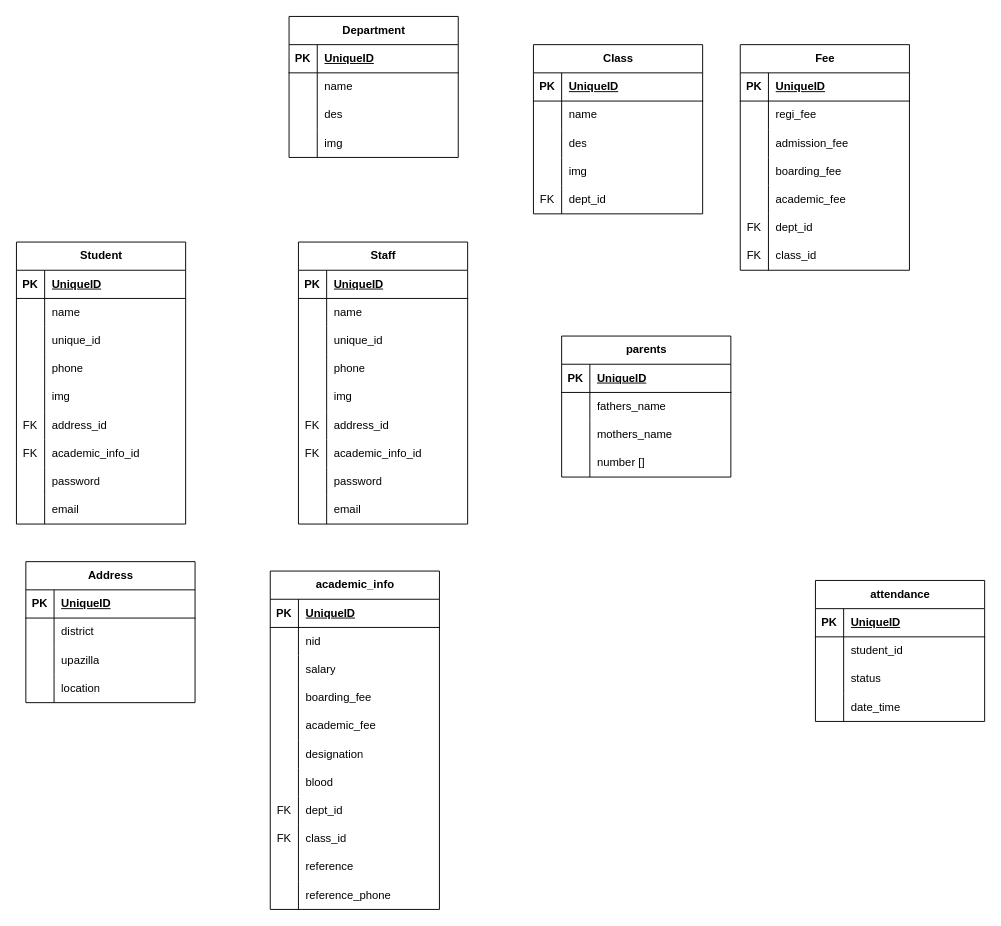
Earlier version of the draw.io diagram Untitled Diagram.drawio (MehediHasanMridha/madrasha_management). Source tidied: cells renumbered, new cells numbered last; positions are measured from the earlier drawing's top-left corner, leaving out a move shared by most shapes. Both pictures are drawn from the tidied source at 94%, with x=0, y=0 at pixel (16, 16).
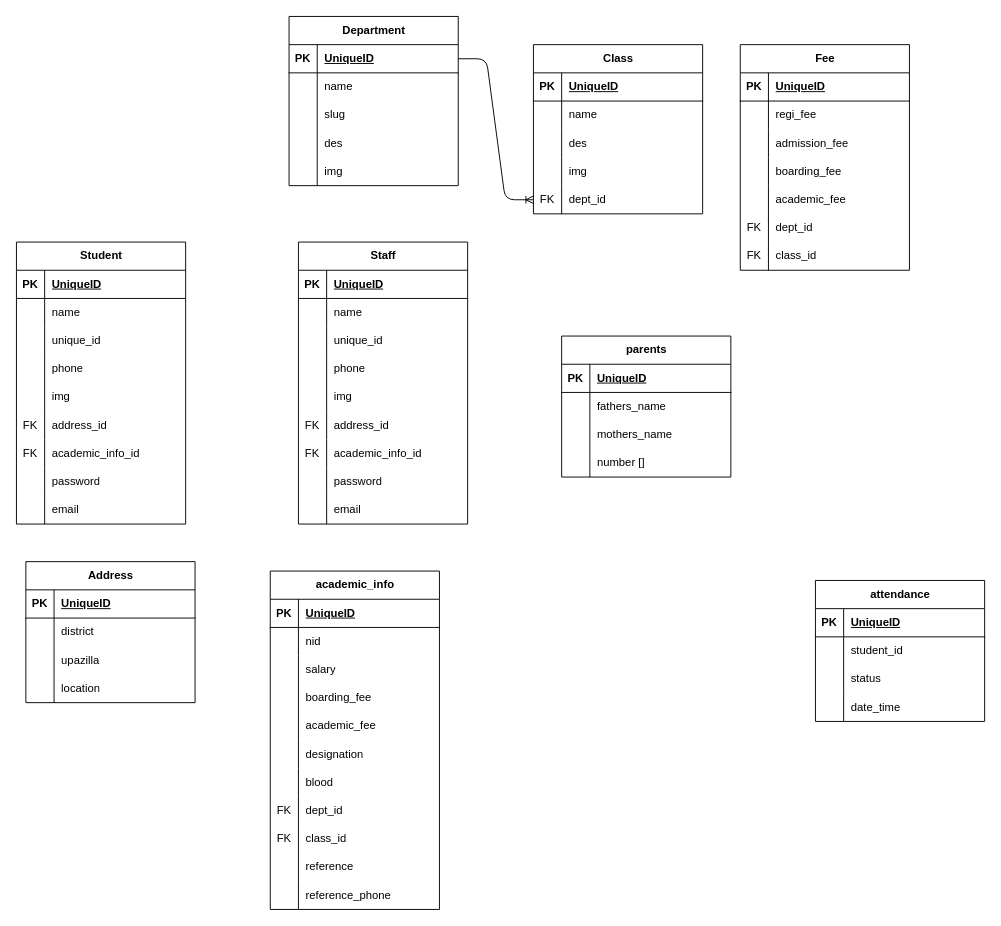
The same diagram, later.

The change refers to these unchanged cells:
```xml
<mxCell id="3" style="shape=tableRow;horizontal=0;startSize=0;swimlaneHead=0;swimlaneBody=0;fillColor=none;points=[[0,0.5],[1,0.5]];portConstraint=eastwest;top=0;left=0;right=0;bottom=1;strokeColor=light-dark(#000000,#000000);fontColor=light-dark(#000000,#000000);" parent="2" vertex="1">
  <mxGeometry y="30" width="180" height="30" as="geometry" />
</mxCell>
<mxCell id="28" style="shape=tableRow;horizontal=0;startSize=0;swimlaneHead=0;swimlaneBody=0;fillColor=none;points=[[0,0.5],[1,0.5]];portConstraint=eastwest;top=0;left=0;right=0;bottom=0;strokeColor=light-dark(#000000,#000000);fontColor=light-dark(#000000,#000000);" parent="15" vertex="1">
  <mxGeometry y="150" width="180" height="30" as="geometry" />
</mxCell>
```

Change to the diagram source:
```diff
@@
     <mxCell id="2" value="Department" style="shape=table;startSize=30;childLayout=tableLayout;rowLines=0;fontStyle=1;align=center;html=1;strokeColor=light-dark(#000000,#000000);fillColor=none;fontColor=light-dark(#000000,#000000);" parent="1" vertex="1">
-      <mxGeometry x="290" width="180" height="150" as="geometry" />
+      <mxGeometry x="290" width="180" height="180" as="geometry" />
     </mxCell>
@@
+    <mxCell id="184" style="shape=tableRow;horizontal=0;startSize=0;swimlaneHead=0;swimlaneBody=0;fillColor=none;top=0;left=0;right=0;bottom=0;strokeColor=light-dark(#000000,#000000);fontColor=light-dark(#000000,#000000);" parent="2" vertex="1">
+      <mxGeometry y="90" width="180" height="30" as="geometry" />
+    </mxCell>
+    <mxCell id="185" style="shape=partialRectangle;fillColor=none;top=0;left=0;bottom=0;right=0;overflow=hidden;whiteSpace=wrap;html=1;strokeColor=light-dark(#000000,#000000);fontColor=light-dark(#000000,#000000);" parent="184" vertex="1">
+      <mxGeometry width="30" height="30" as="geometry" />
+    </mxCell>
+    <mxCell id="186" value="slug" style="shape=partialRectangle;fillColor=none;top=0;left=0;bottom=0;right=0;align=left;spacingLeft=6;overflow=hidden;whiteSpace=wrap;html=1;strokeColor=light-dark(#000000,#000000);fontColor=light-dark(#000000,#000000);" parent="184" vertex="1">
+      <mxGeometry x="30" width="150" height="30" as="geometry" />
+    </mxCell>
     <mxCell id="9" style="shape=tableRow;horizontal=0;startSize=0;swimlaneHead=0;swimlaneBody=0;fillColor=none;top=0;left=0;right=0;bottom=0;strokeColor=light-dark(#000000,#000000);fontColor=light-dark(#000000,#000000);" parent="2" vertex="1">
-      <mxGeometry y="90" width="180" height="30" as="geometry" />
+      <mxGeometry y="120" width="180" height="30" as="geometry" />
     </mxCell>
@@
     <mxCell id="12" style="shape=tableRow;horizontal=0;startSize=0;swimlaneHead=0;swimlaneBody=0;fillColor=none;top=0;left=0;right=0;bottom=0;strokeColor=light-dark(#000000,#000000);fontColor=light-dark(#000000,#000000);" parent="2" vertex="1">
-      <mxGeometry y="120" width="180" height="30" as="geometry" />
+      <mxGeometry y="150" width="180" height="30" as="geometry" />
     </mxCell>
@@
+    <mxCell id="187" style="edgeStyle=entityRelationEdgeStyle;fontSize=12;html=1;endArrow=ERoneToMany;exitX=1;exitY=0.5;exitDx=0;exitDy=0;entryX=0;entryY=0.5;entryDx=0;entryDy=0;" parent="1" edge="1" source="3" target="28">
+      <mxGeometry relative="1" as="geometry" />
+    </mxCell>
```
